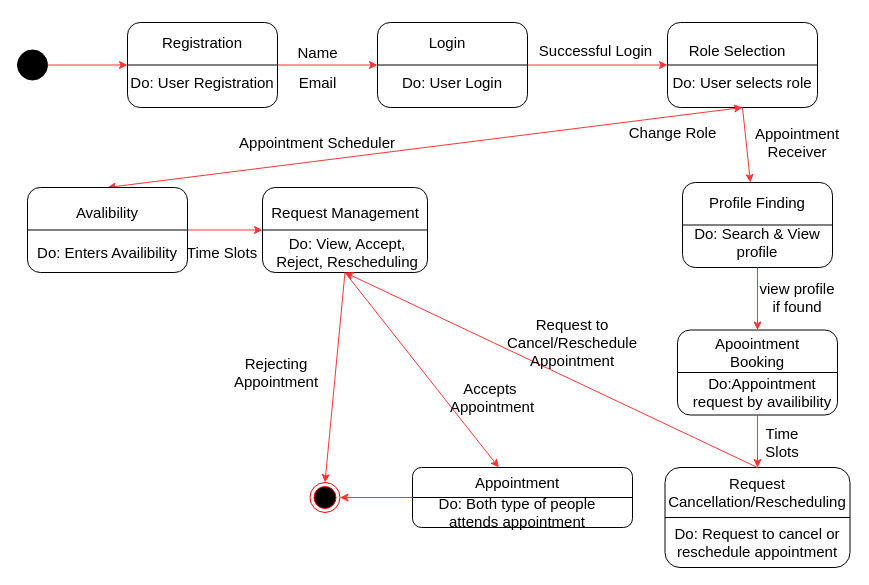
The draw.io diagram StateDiagram v2.2.drawio in Yash7200/CP-1, before the edit. Source tidied: cells renumbered, new cells numbered last; positions are measured from the earlier drawing's top-left corner, leaving out a move shared by most shapes. Both pictures are drawn from the tidied source at 100%, with x=0, y=0 at pixel (17, 17).
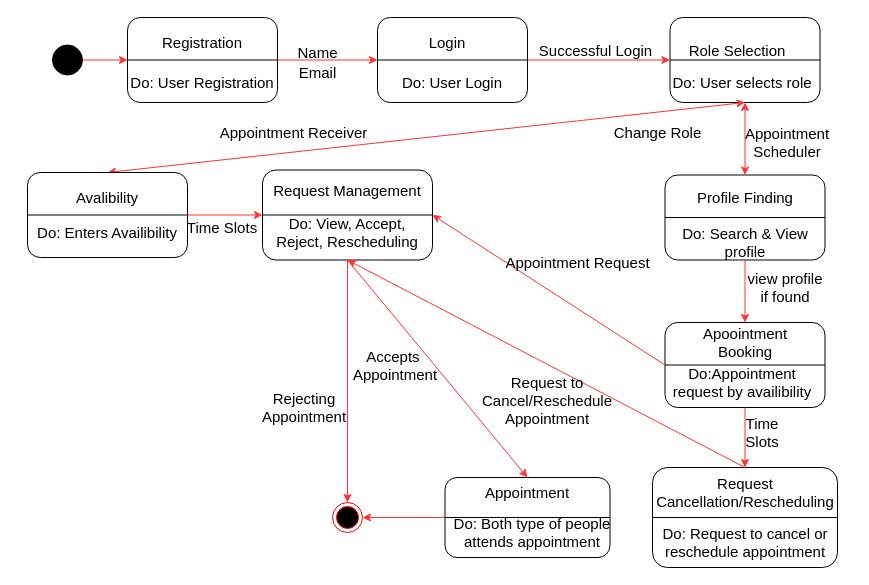
The same page after the edit.

The edit, as a diff of the source:
```diff
@@
     <mxCell id="2" style="ellipse;whiteSpace=wrap;html=1;strokeColor=#000000;fillColor=#000000;" parent="1" vertex="1">
-      <mxGeometry y="32.5" width="30" height="30" as="geometry" />
+      <mxGeometry x="35" y="27.5" width="30" height="30" as="geometry" />
     </mxCell>
@@
     <mxCell id="4" style="ellipse;html=1;shape=endState;fillColor=#000000;strokeColor=#ff0000;fontSize=12;fontColor=#000000;" parent="1" vertex="1">
-      <mxGeometry x="292.5" y="465" width="30" height="30" as="geometry" />
+      <mxGeometry x="315" y="485" width="30" height="30" as="geometry" />
     </mxCell>
     <mxCell id="5" style="rounded=1;whiteSpace=wrap;html=1;fontSize=12;fontColor=#000000;verticalAlign=top;" parent="1" vertex="1">
-      <mxGeometry x="110" y="5" width="150" height="85" as="geometry" />
+      <mxGeometry x="110" width="150" height="85" as="geometry" />
     </mxCell>
@@
     <mxCell id="9" style="rounded=1;whiteSpace=wrap;html=1;fontSize=12;fontColor=#000000;verticalAlign=top;" parent="1" vertex="1">
-      <mxGeometry x="360" y="5" width="150" height="85" as="geometry" />
+      <mxGeometry x="360" width="150" height="85" as="geometry" />
     </mxCell>
@@
     <mxCell id="12" value="Email" style="text;html=1;align=center;verticalAlign=middle;strokeColor=none;fillColor=none;fontSize=15;fontColor=#000000;" parent="1" vertex="1">
-      <mxGeometry x="270" y="50" width="60" height="30" as="geometry" />
+      <mxGeometry x="270" y="40" width="60" height="30" as="geometry" />
     </mxCell>
@@
     <mxCell id="16" style="rounded=1;whiteSpace=wrap;html=1;fontSize=12;fontColor=#000000;verticalAlign=top;" parent="1" vertex="1">
-      <mxGeometry x="650" y="5" width="150" height="85" as="geometry" />
+      <mxGeometry x="652.5" width="150" height="85" as="geometry" />
     </mxCell>
@@
     <mxCell id="22" value="Change Role" style="text;html=1;align=center;verticalAlign=middle;strokeColor=none;fillColor=none;fontSize=15;fontColor=#000000;" parent="1" vertex="1">
-      <mxGeometry x="600" y="100" width="110" height="30" as="geometry" />
+      <mxGeometry x="585" y="100" width="110" height="30" as="geometry" />
     </mxCell>
     <mxCell id="23" style="rounded=1;whiteSpace=wrap;html=1;fontSize=12;fontColor=#000000;verticalAlign=top;" parent="1" vertex="1">
-      <mxGeometry x="10" y="170" width="160" height="85" as="geometry" />
+      <mxGeometry x="10" y="155" width="160" height="85" as="geometry" />
     </mxCell>
@@
     <mxCell id="25" value="Do: Enters Availibility " style="text;html=1;strokeColor=none;fillColor=none;align=center;verticalAlign=middle;whiteSpace=wrap;rounded=0;fontSize=15;fontColor=#000000;" parent="1" vertex="1">
-      <mxGeometry x="15" y="220" width="150" height="30" as="geometry" />
+      <mxGeometry x="15" y="200" width="150" height="30" as="geometry" />
     </mxCell>
     <mxCell id="26" value="Avalibility" style="text;html=1;strokeColor=none;fillColor=none;align=center;verticalAlign=middle;whiteSpace=wrap;rounded=0;fontSize=15;fontColor=#000000;" parent="1" vertex="1">
-      <mxGeometry x="60" y="180" width="60" height="30" as="geometry" />
+      <mxGeometry x="60" y="165" width="60" height="30" as="geometry" />
     </mxCell>
     <mxCell id="27" value="&lt;div&gt;Appointment Scheduler&lt;br&gt;&lt;/div&gt;" style="text;html=1;strokeColor=none;fillColor=none;align=center;verticalAlign=middle;whiteSpace=wrap;rounded=0;fontSize=15;fontColor=#000000;" parent="1" vertex="1">
-      <mxGeometry x="185" y="110" width="230" height="30" as="geometry" />
+      <mxGeometry x="710" y="110" width="120" height="30" as="geometry" />
     </mxCell>
-    <mxCell id="28" value="&lt;div&gt;Appointment&lt;/div&gt;&lt;div&gt;Receiver&lt;/div&gt;" style="text;html=1;strokeColor=none;fillColor=none;align=center;verticalAlign=middle;whiteSpace=wrap;rounded=0;fontSize=15;fontColor=#000000;" parent="1" vertex="1">
-      <mxGeometry x="735" y="110" width="90" height="30" as="geometry" />
+    <mxCell id="28" value="&lt;div&gt;Appointment Receiver&lt;/div&gt;" style="text;html=1;strokeColor=none;fillColor=none;align=center;verticalAlign=middle;whiteSpace=wrap;rounded=0;fontSize=15;fontColor=#000000;" parent="1" vertex="1">
+      <mxGeometry x="195" y="100" width="162.5" height="30" as="geometry" />
     </mxCell>
@@
     <mxCell id="30" style="rounded=1;whiteSpace=wrap;html=1;fontSize=12;fontColor=#000000;verticalAlign=top;" parent="1" vertex="1">
-      <mxGeometry x="245" y="170" width="165" height="85" as="geometry" />
+      <mxGeometry x="245" y="152.5" width="170" height="90" as="geometry" />
     </mxCell>
@@
     <mxCell id="32" value="Time Slots" style="text;html=1;strokeColor=none;fillColor=none;align=center;verticalAlign=middle;whiteSpace=wrap;rounded=0;fontSize=15;fontColor=#000000;" parent="1" vertex="1">
-      <mxGeometry x="165" y="220" width="80" height="30" as="geometry" />
+      <mxGeometry x="165" y="195" width="80" height="30" as="geometry" />
     </mxCell>
     <mxCell id="33" value="Request Management" style="text;html=1;strokeColor=none;fillColor=none;align=center;verticalAlign=middle;whiteSpace=wrap;rounded=0;fontSize=15;fontColor=#000000;" parent="1" vertex="1">
-      <mxGeometry x="252.5" y="180" width="150" height="30" as="geometry" />
+      <mxGeometry x="255" y="157.5" width="150" height="30" as="geometry" />
     </mxCell>
     <mxCell id="34" value="Do: View, Accept, Reject, Rescheduling" style="text;html=1;strokeColor=none;fillColor=none;align=center;verticalAlign=middle;whiteSpace=wrap;rounded=0;fontSize=15;fontColor=#000000;" parent="1" vertex="1">
-      <mxGeometry x="255" y="220" width="150" height="30" as="geometry" />
+      <mxGeometry x="255" y="200" width="150" height="30" as="geometry" />
     </mxCell>
     <mxCell id="35" value="&lt;div&gt;Rejecting&lt;/div&gt;&lt;div&gt;Appointment&lt;br&gt;&lt;/div&gt;" style="text;html=1;strokeColor=none;fillColor=none;align=center;verticalAlign=middle;whiteSpace=wrap;rounded=0;fontSize=15;fontColor=#000000;" parent="1" vertex="1">
-      <mxGeometry x="215" y="335" width="87.5" height="40" as="geometry" />
+      <mxGeometry x="242.5" y="370" width="87.5" height="40" as="geometry" />
     </mxCell>
     <mxCell id="36" style="rounded=1;whiteSpace=wrap;html=1;strokeColor=default;fontSize=15;fontColor=#000000;fillColor=default;" parent="1" vertex="1">
-      <mxGeometry x="665" y="165" width="150" height="85" as="geometry" />
+      <mxGeometry x="647.5" y="157.5" width="160" height="85" as="geometry" />
     </mxCell>
@@
     <mxCell id="38" value="Profile Finding" style="text;html=1;strokeColor=none;fillColor=none;align=center;verticalAlign=middle;whiteSpace=wrap;rounded=0;fontSize=15;fontColor=#000000;" parent="1" vertex="1">
-      <mxGeometry x="675" y="170" width="130" height="30" as="geometry" />
+      <mxGeometry x="662.5" y="165" width="130" height="30" as="geometry" />
     </mxCell>
     <mxCell id="39" value="&lt;div&gt;Do: Search &amp;amp; View&lt;/div&gt;profile" style="text;html=1;strokeColor=none;fillColor=none;align=center;verticalAlign=middle;whiteSpace=wrap;rounded=0;fontSize=15;fontColor=#000000;" parent="1" vertex="1">
-      <mxGeometry x="670" y="210" width="140" height="30" as="geometry" />
+      <mxGeometry x="657.5" y="210" width="140" height="30" as="geometry" />
     </mxCell>
     <mxCell id="40" style="rounded=1;whiteSpace=wrap;html=1;fontSize=12;fontColor=#000000;verticalAlign=top;" parent="1" vertex="1">
-      <mxGeometry x="660" y="312.5" width="160" height="85" as="geometry" />
+      <mxGeometry x="647.5" y="305" width="160" height="85" as="geometry" />
     </mxCell>
@@
     <mxCell id="42" value="Apoointment Booking" style="text;html=1;strokeColor=none;fillColor=none;align=center;verticalAlign=middle;whiteSpace=wrap;rounded=0;fontSize=15;fontColor=#000000;" parent="1" vertex="1">
-      <mxGeometry x="675" y="320" width="130" height="30" as="geometry" />
+      <mxGeometry x="662.5" y="310" width="130" height="30" as="geometry" />
     </mxCell>
     <mxCell id="43" value="view profile if found" style="text;html=1;strokeColor=none;fillColor=none;align=center;verticalAlign=middle;whiteSpace=wrap;rounded=0;fontSize=15;fontColor=#000000;" parent="1" vertex="1">
-      <mxGeometry x="740" y="260" width="80" height="40" as="geometry" />
+      <mxGeometry x="727.5" y="250" width="80" height="40" as="geometry" />
     </mxCell>
     <mxCell id="44" value="Do:Appointment request by availibility" style="text;html=1;strokeColor=none;fillColor=none;align=center;verticalAlign=middle;whiteSpace=wrap;rounded=0;fontSize=15;fontColor=#000000;" parent="1" vertex="1">
-      <mxGeometry x="670" y="360" width="150" height="30" as="geometry" />
+      <mxGeometry x="650" y="350" width="150" height="30" as="geometry" />
     </mxCell>
     <mxCell id="45" style="rounded=1;whiteSpace=wrap;html=1;strokeColor=default;fontSize=15;fontColor=#000000;fillColor=default;" parent="1" vertex="1">
-      <mxGeometry x="647.5" y="450" width="185" height="100" as="geometry" />
+      <mxGeometry x="635" y="450" width="185" height="100" as="geometry" />
     </mxCell>
     <mxCell id="46" value="Time Slots" style="text;html=1;strokeColor=none;fillColor=none;align=center;verticalAlign=middle;whiteSpace=wrap;rounded=0;fontSize=15;fontColor=#000000;" parent="1" vertex="1">
-      <mxGeometry x="735" y="410" width="60" height="30" as="geometry" />
+      <mxGeometry x="715" y="400" width="60" height="30" as="geometry" />
     </mxCell>
@@
     <mxCell id="49" value="Request Cancellation/Rescheduling" style="text;html=1;strokeColor=none;fillColor=none;align=center;verticalAlign=middle;whiteSpace=wrap;rounded=0;fontSize=15;fontColor=#000000;" parent="1" vertex="1">
-      <mxGeometry x="650" y="460" width="180" height="30" as="geometry" />
+      <mxGeometry x="637.5" y="460" width="180" height="30" as="geometry" />
     </mxCell>
@@
-    <mxCell id="52" value="Request to Cancel/Reschedule Appointment" style="text;html=1;strokeColor=none;fillColor=none;align=center;verticalAlign=middle;whiteSpace=wrap;rounded=0;fontSize=15;fontColor=#000000;" parent="1" vertex="1">
-      <mxGeometry x="475" y="280" width="160" height="90" as="geometry" />
+    <mxCell id="52" value="&lt;div&gt;Request to &lt;br&gt;&lt;/div&gt;&lt;div&gt;Cancel/Reschedule Appointment&lt;/div&gt;" style="text;html=1;strokeColor=none;fillColor=none;align=center;verticalAlign=middle;whiteSpace=wrap;rounded=0;fontSize=15;fontColor=#000000;" parent="1" vertex="1">
+      <mxGeometry x="465" y="350" width="130" height="65" as="geometry" />
     </mxCell>
     <mxCell id="53" value="Do: Request to cancel or reschedule appointment" style="text;html=1;strokeColor=none;fillColor=none;align=center;verticalAlign=middle;whiteSpace=wrap;rounded=0;fontSize=15;fontColor=#000000;" parent="1" vertex="1">
-      <mxGeometry x="655" y="510" width="170" height="30" as="geometry" />
+      <mxGeometry x="642.5" y="510" width="170" height="30" as="geometry" />
     </mxCell>
     <mxCell id="54" style="rounded=1;whiteSpace=wrap;html=1;strokeColor=default;fontSize=15;fontColor=#000000;fillColor=default;" parent="1" vertex="1">
-      <mxGeometry x="395" y="450" width="220" height="60" as="geometry" />
+      <mxGeometry x="427.5" y="460" width="165" height="80" as="geometry" />
     </mxCell>
@@
     <mxCell id="56" value="Appointment" style="text;html=1;strokeColor=none;fillColor=none;align=center;verticalAlign=middle;whiteSpace=wrap;rounded=0;fontSize=15;fontColor=#000000;" parent="1" vertex="1">
-      <mxGeometry x="450" y="450" width="100" height="30" as="geometry" />
+      <mxGeometry x="460" y="460" width="100" height="30" as="geometry" />
     </mxCell>
     <mxCell id="57" value="Do: Both type of people attends appointment" style="text;html=1;strokeColor=none;fillColor=none;align=center;verticalAlign=middle;whiteSpace=wrap;rounded=0;fontSize=15;fontColor=#000000;" parent="1" vertex="1">
-      <mxGeometry x="395" y="480" width="210" height="30" as="geometry" />
+      <mxGeometry x="435" y="500" width="160" height="30" as="geometry" />
     </mxCell>
-    <mxCell id="58" style="endArrow=classic;html=1;rounded=0;labelBorderColor=none;strokeColor=#FF3333;fontSize=15;fontColor=#000000;exitX=0.5;exitY=1;exitDx=0;exitDy=0;" parent="1" edge="1" source="30" target="54">
+    <mxCell id="58" style="endArrow=classic;html=1;rounded=0;labelBorderColor=none;strokeColor=#FF3333;fontSize=15;fontColor=#000000;exitX=0.5;exitY=1;exitDx=0;exitDy=0;entryX=0.5;entryY=0;entryDx=0;entryDy=0;" parent="1" edge="1" source="30" target="54">
       <mxGeometry relative="1" as="geometry" />
     </mxCell>
     <mxCell id="59" value="Accepts&amp;nbsp; Appointment" style="text;html=1;strokeColor=none;fillColor=none;align=center;verticalAlign=middle;whiteSpace=wrap;rounded=0;fontSize=15;fontColor=#000000;" parent="1" vertex="1">
-      <mxGeometry x="425" y="365" width="100" height="30" as="geometry" />
+      <mxGeometry x="327.5" y="332.5" width="100" height="30" as="geometry" />
     </mxCell>
@@
-    <mxCell id="62" style="endArrow=classic;html=1;rounded=0;exitX=0.5;exitY=1;exitDx=0;exitDy=0;entryX=0.453;entryY=0;entryDx=0;entryDy=0;entryPerimeter=0;strokeColor=#FF3333;" parent="1" edge="1" source="16" target="36">
-      <mxGeometry relative="1" as="geometry" />
-    </mxCell>
@@
+    <mxCell id="64" style="endArrow=classic;html=1;rounded=0;entryX=1;entryY=0.5;entryDx=0;entryDy=0;exitX=0;exitY=0.5;exitDx=0;exitDy=0;strokeColor=#FF3333;" parent="1" edge="1" source="40" target="30">
+      <mxGeometry relative="1" as="geometry" />
+    </mxCell>
+    <mxCell id="65" style="endArrow=classic;startArrow=classic;html=1;rounded=0;labelBorderColor=none;strokeColor=#FF3333;fontSize=12;fontColor=#000000;exitX=0.5;exitY=0;exitDx=0;exitDy=0;entryX=0.5;entryY=1;entryDx=0;entryDy=0;" parent="1" edge="1" source="36" target="16">
+      <mxGeometry relative="1" as="geometry" />
+    </mxCell>
+    <mxCell id="66" value="Appointment Request" style="text;html=1;align=center;verticalAlign=middle;strokeColor=none;fillColor=none;fontSize=15;fontColor=#000000;" parent="1" vertex="1">
+      <mxGeometry x="475" y="230" width="170" height="30" as="geometry" />
+    </mxCell>
```
